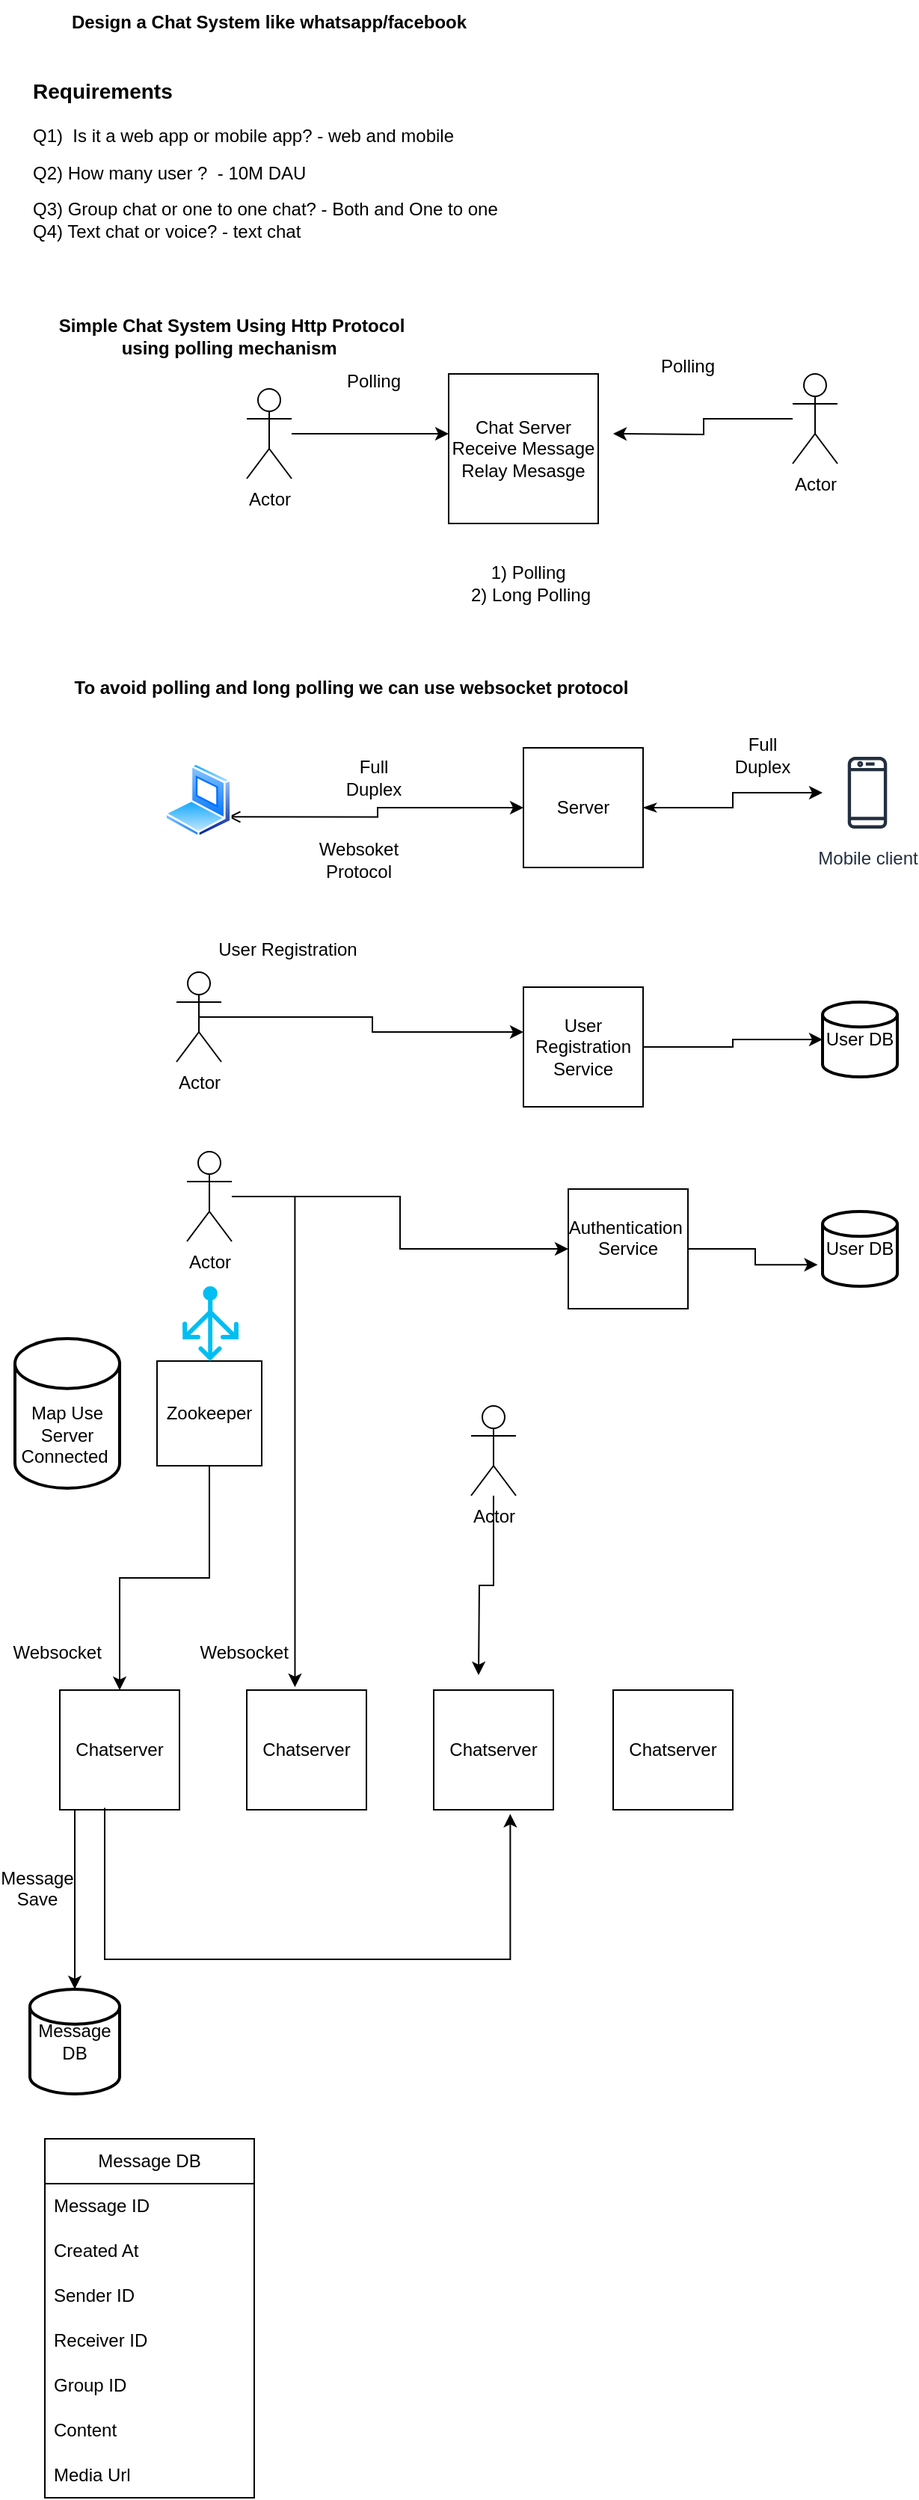
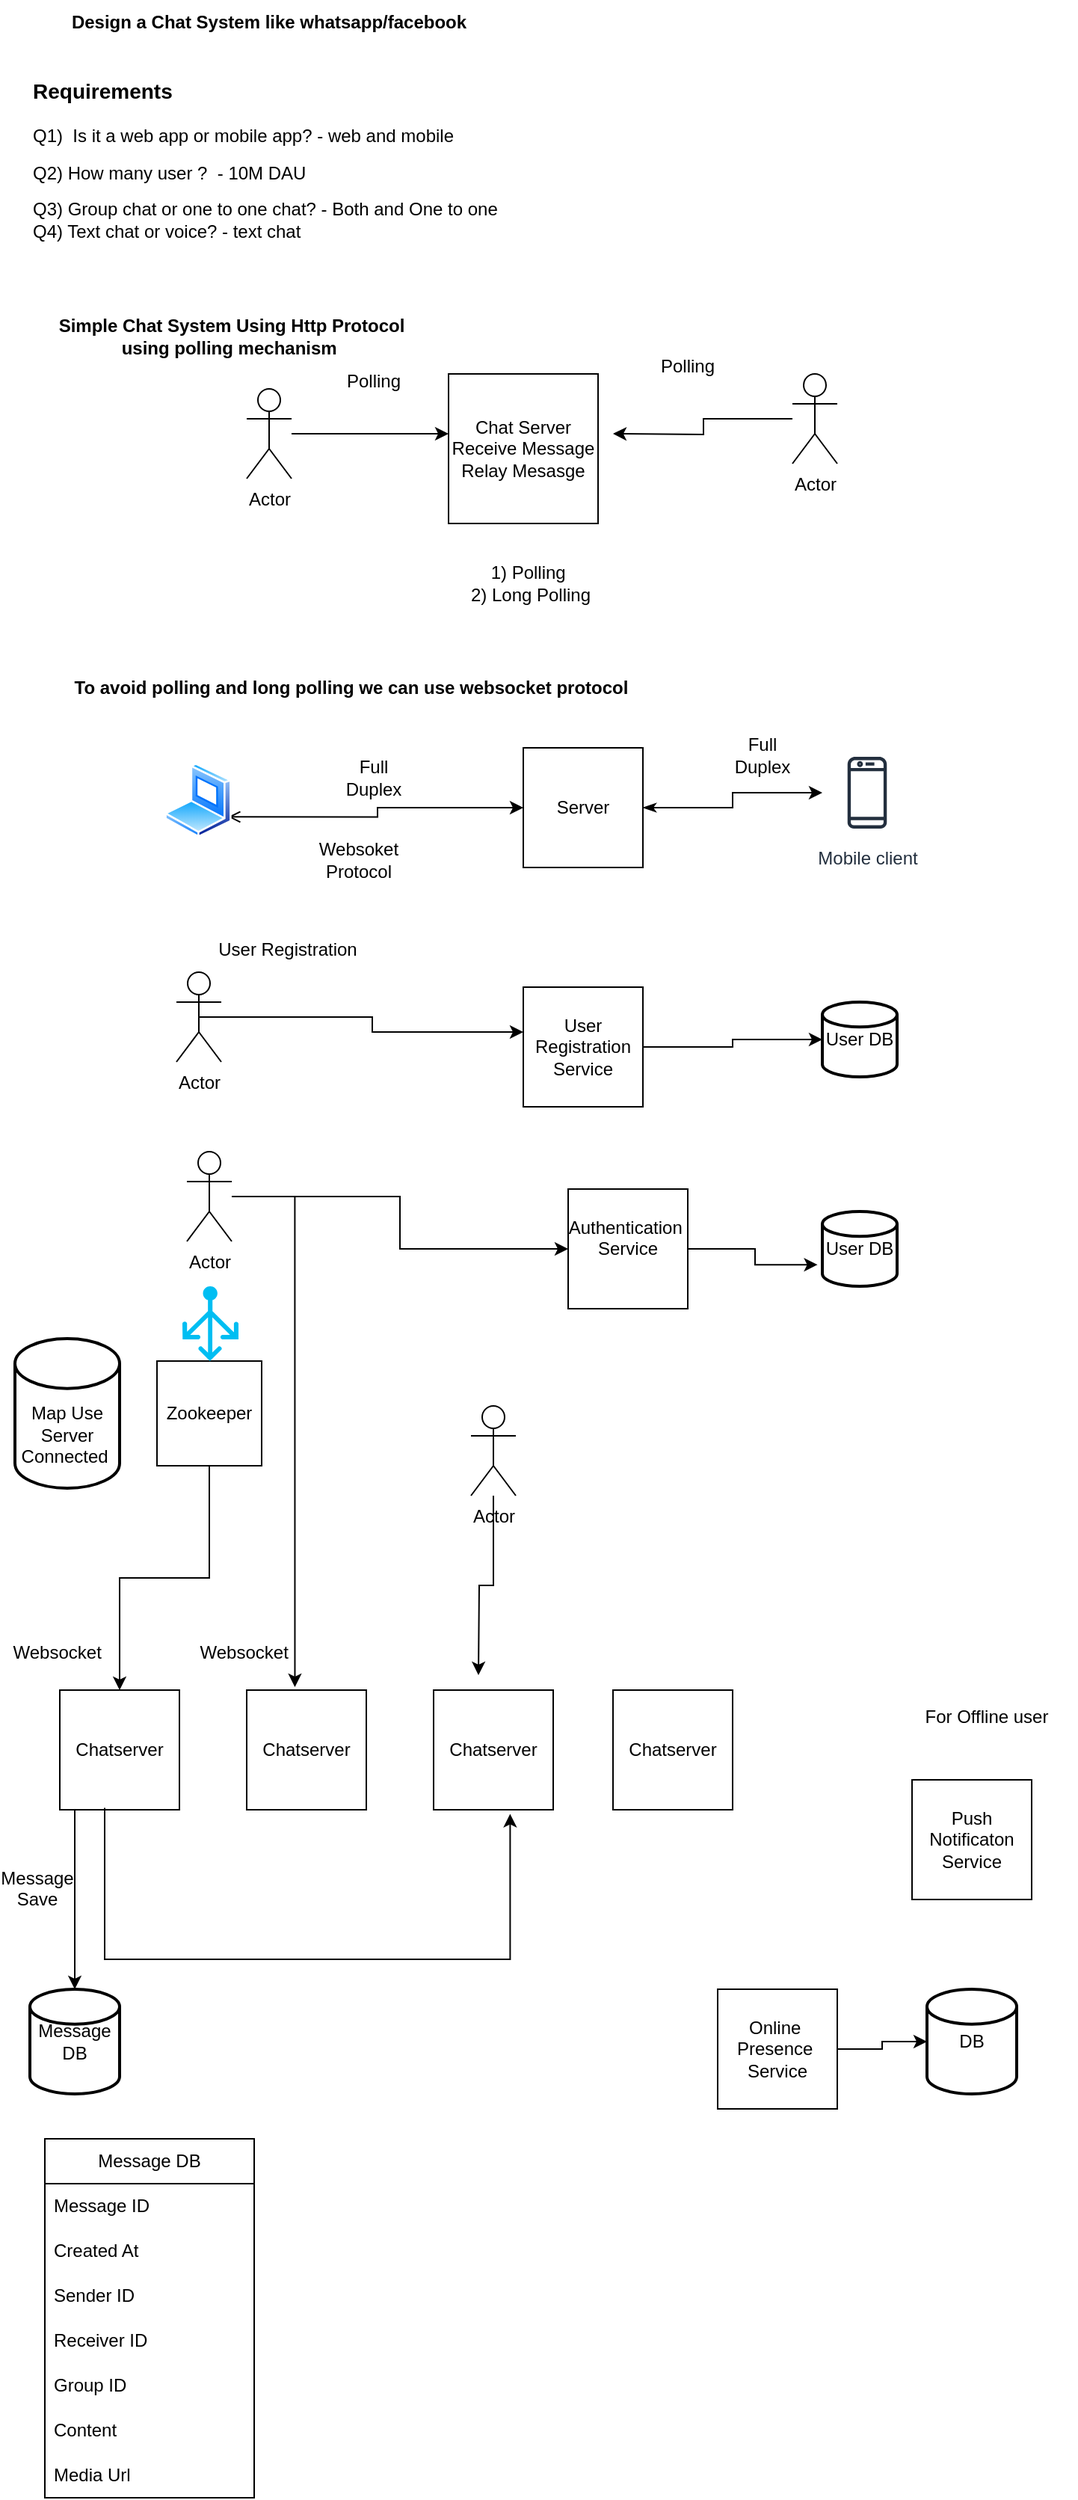
<mxfile host="app.diagrams.net">
  <diagram name="Page-1" id="3ATuJxxzuiHgp-YWyr6O">
    <mxGraphModel dx="1030" dy="569" grid="1" gridSize="10" guides="1" tooltips="1" connect="1" arrows="1" fold="1" page="1" pageScale="1" pageWidth="850" pageHeight="1100" math="0" shadow="0">
      <root>
        <mxCell id="0" />
        <mxCell id="1" parent="0" />
        <mxCell id="vDnc6QM3t7NdxVrkiEKP-1" parent="1" style="text;html=1;whiteSpace=wrap;overflow=hidden;rounded=0;fontSize=10;" value="&lt;h1 style=&quot;margin-top: 0px;&quot;&gt;&lt;font style=&quot;font-size: 14px;&quot;&gt;Requirements&lt;/font&gt;&lt;/h1&gt;&lt;p&gt;&lt;font style=&quot;font-size: 12px;&quot;&gt;Q1)&amp;nbsp; Is it a web app or mobile app?&amp;nbsp;&lt;/font&gt;&lt;span style=&quot;font-size: 12px; background-color: transparent; color: light-dark(rgb(0, 0, 0), rgb(255, 255, 255));&quot;&gt;- web and mobile&lt;/span&gt;&lt;/p&gt;&lt;p&gt;&lt;font style=&quot;font-size: 12px;&quot;&gt;Q2) How many user ?&amp;nbsp; - 10M DAU&lt;/font&gt;&lt;/p&gt;&lt;p&gt;&lt;font style=&quot;font-size: 12px;&quot;&gt;Q3) Group chat or one to one chat? - Both and One to one&lt;br&gt;Q4) Text chat or voice? - text chat&lt;/font&gt;&lt;/p&gt;" vertex="1">
          <mxGeometry height="140" width="380" x="60" y="70" as="geometry" />
        </mxCell>
        <mxCell id="vDnc6QM3t7NdxVrkiEKP-2" parent="1" style="text;html=1;whiteSpace=wrap;strokeColor=none;fillColor=none;align=center;verticalAlign=middle;rounded=0;fontStyle=1" value="Design a Chat System like whatsapp/facebook" vertex="1">
          <mxGeometry height="30" width="300" x="70" y="30" as="geometry" />
        </mxCell>
        <mxCell id="vDnc6QM3t7NdxVrkiEKP-3" parent="1" style="whiteSpace=wrap;html=1;aspect=fixed;" value="Chat Server&lt;br&gt;Receive Message&lt;br&gt;Relay Mesasge" vertex="1">
          <mxGeometry height="100" width="100" x="340" y="280" as="geometry" />
        </mxCell>
        <mxCell id="vDnc6QM3t7NdxVrkiEKP-5" edge="1" parent="1" source="vDnc6QM3t7NdxVrkiEKP-4" style="edgeStyle=orthogonalEdgeStyle;rounded=0;orthogonalLoop=1;jettySize=auto;html=1;">
          <mxGeometry relative="1" as="geometry">
            <mxPoint x="340" y="320" as="targetPoint" />
          </mxGeometry>
        </mxCell>
        <mxCell id="vDnc6QM3t7NdxVrkiEKP-4" parent="1" style="shape=umlActor;verticalLabelPosition=bottom;verticalAlign=top;html=1;outlineConnect=0;" value="Actor" vertex="1">
          <mxGeometry height="60" width="30" x="205" y="290" as="geometry" />
        </mxCell>
        <mxCell id="vDnc6QM3t7NdxVrkiEKP-7" edge="1" parent="1" source="vDnc6QM3t7NdxVrkiEKP-6" style="edgeStyle=orthogonalEdgeStyle;rounded=0;orthogonalLoop=1;jettySize=auto;html=1;">
          <mxGeometry relative="1" as="geometry">
            <mxPoint x="450" y="320" as="targetPoint" />
          </mxGeometry>
        </mxCell>
        <mxCell id="vDnc6QM3t7NdxVrkiEKP-6" parent="1" style="shape=umlActor;verticalLabelPosition=bottom;verticalAlign=top;html=1;outlineConnect=0;" value="Actor" vertex="1">
          <mxGeometry height="60" width="30" x="570" y="280" as="geometry" />
        </mxCell>
        <mxCell id="HQH3foOj0PnZHyx9Auc--1" parent="1" style="text;html=1;whiteSpace=wrap;strokeColor=none;fillColor=none;align=center;verticalAlign=middle;rounded=0;" value="Polling" vertex="1">
          <mxGeometry height="30" width="60" x="470" y="260" as="geometry" />
        </mxCell>
        <mxCell id="HQH3foOj0PnZHyx9Auc--2" parent="1" style="text;html=1;whiteSpace=wrap;strokeColor=none;fillColor=none;align=center;verticalAlign=middle;rounded=0;" value="Polling" vertex="1">
          <mxGeometry height="30" width="60" x="260" y="270" as="geometry" />
        </mxCell>
        <mxCell id="HQH3foOj0PnZHyx9Auc--3" parent="1" style="text;html=1;whiteSpace=wrap;strokeColor=none;fillColor=none;align=center;verticalAlign=middle;rounded=0;" value="1) Polling&amp;nbsp;&lt;br&gt;2) Long Polling" vertex="1">
          <mxGeometry height="40" width="110" x="340" y="400" as="geometry" />
        </mxCell>
        <mxCell id="HQH3foOj0PnZHyx9Auc--4" parent="1" style="text;html=1;whiteSpace=wrap;strokeColor=none;fillColor=none;align=center;verticalAlign=middle;rounded=0;fontStyle=1" value="Simple Chat System Using Http Protocol using polling mechanism&amp;nbsp;" vertex="1">
          <mxGeometry height="30" width="250" x="70" y="240" as="geometry" />
        </mxCell>
        <mxCell id="HQH3foOj0PnZHyx9Auc--5" parent="1" style="text;html=1;whiteSpace=wrap;strokeColor=none;fillColor=none;align=center;verticalAlign=middle;rounded=0;fontStyle=1" value="To avoid polling and long polling we can use websocket protocol" vertex="1">
          <mxGeometry height="20" width="390" x="80" y="480" as="geometry" />
        </mxCell>
        <mxCell id="HQH3foOj0PnZHyx9Auc--8" edge="1" parent="1" source="HQH3foOj0PnZHyx9Auc--6" style="edgeStyle=orthogonalEdgeStyle;rounded=0;orthogonalLoop=1;jettySize=auto;html=1;exitX=1;exitY=0.75;exitDx=0;exitDy=0;startArrow=open;startFill=0;" target="HQH3foOj0PnZHyx9Auc--7">
          <mxGeometry relative="1" as="geometry" />
        </mxCell>
        <mxCell id="HQH3foOj0PnZHyx9Auc--6" parent="1" style="image;aspect=fixed;perimeter=ellipsePerimeter;html=1;align=center;shadow=0;dashed=0;spacingTop=3;image=img/lib/active_directory/laptop_client.svg;" value="" vertex="1">
          <mxGeometry height="50" width="45" x="150" y="540" as="geometry" />
        </mxCell>
        <mxCell id="HQH3foOj0PnZHyx9Auc--11" edge="1" parent="1" source="HQH3foOj0PnZHyx9Auc--7" style="edgeStyle=orthogonalEdgeStyle;rounded=0;orthogonalLoop=1;jettySize=auto;html=1;startArrow=classicThin;startFill=1;" target="HQH3foOj0PnZHyx9Auc--10">
          <mxGeometry relative="1" as="geometry" />
        </mxCell>
        <mxCell id="HQH3foOj0PnZHyx9Auc--7" parent="1" style="whiteSpace=wrap;html=1;aspect=fixed;" value="Server" vertex="1">
          <mxGeometry height="80" width="80" x="390" y="530" as="geometry" />
        </mxCell>
        <mxCell id="HQH3foOj0PnZHyx9Auc--9" parent="1" style="text;html=1;whiteSpace=wrap;strokeColor=none;fillColor=none;align=center;verticalAlign=middle;rounded=0;" value="Full Duplex" vertex="1">
          <mxGeometry height="30" width="60" x="260" y="535" as="geometry" />
        </mxCell>
        <mxCell id="HQH3foOj0PnZHyx9Auc--10" parent="1" style="sketch=0;outlineConnect=0;fontColor=#232F3E;gradientColor=none;strokeColor=#232F3E;fillColor=#ffffff;dashed=0;verticalLabelPosition=bottom;verticalAlign=top;align=center;html=1;fontSize=12;fontStyle=0;aspect=fixed;shape=mxgraph.aws4.resourceIcon;resIcon=mxgraph.aws4.mobile_client;" value="Mobile client" vertex="1">
          <mxGeometry height="60" width="60" x="590" y="530" as="geometry" />
        </mxCell>
        <mxCell id="HQH3foOj0PnZHyx9Auc--12" parent="1" style="text;html=1;whiteSpace=wrap;strokeColor=none;fillColor=none;align=center;verticalAlign=middle;rounded=0;" value="Full Duplex" vertex="1">
          <mxGeometry height="30" width="60" x="520" y="520" as="geometry" />
        </mxCell>
        <mxCell id="HQH3foOj0PnZHyx9Auc--13" parent="1" style="text;html=1;whiteSpace=wrap;strokeColor=none;fillColor=none;align=center;verticalAlign=middle;rounded=0;" value="Websoket Protocol" vertex="1">
          <mxGeometry height="30" width="60" x="250" y="590" as="geometry" />
        </mxCell>
        <mxCell id="HQH3foOj0PnZHyx9Auc--14" parent="1" style="shape=umlActor;verticalLabelPosition=bottom;verticalAlign=top;html=1;outlineConnect=0;" value="Actor" vertex="1">
          <mxGeometry height="60" width="30" x="158" y="680" as="geometry" />
        </mxCell>
        <mxCell id="HQH3foOj0PnZHyx9Auc--19" edge="1" parent="1" source="HQH3foOj0PnZHyx9Auc--15" style="edgeStyle=orthogonalEdgeStyle;rounded=0;orthogonalLoop=1;jettySize=auto;html=1;exitX=1;exitY=0.5;exitDx=0;exitDy=0;" target="HQH3foOj0PnZHyx9Auc--16">
          <mxGeometry relative="1" as="geometry" />
        </mxCell>
        <mxCell id="HQH3foOj0PnZHyx9Auc--15" parent="1" style="whiteSpace=wrap;html=1;aspect=fixed;" value="User Registration&lt;br&gt;Service" vertex="1">
          <mxGeometry height="80" width="80" x="390" y="690" as="geometry" />
        </mxCell>
        <mxCell id="HQH3foOj0PnZHyx9Auc--16" parent="1" style="strokeWidth=2;html=1;shape=mxgraph.flowchart.database;whiteSpace=wrap;" value="User DB" vertex="1">
          <mxGeometry height="50" width="50" x="590" y="700" as="geometry" />
        </mxCell>
        <mxCell id="HQH3foOj0PnZHyx9Auc--18" edge="1" parent="1" source="HQH3foOj0PnZHyx9Auc--14" style="edgeStyle=orthogonalEdgeStyle;rounded=0;orthogonalLoop=1;jettySize=auto;html=1;exitX=0.5;exitY=0.5;exitDx=0;exitDy=0;exitPerimeter=0;entryX=0;entryY=0.375;entryDx=0;entryDy=0;entryPerimeter=0;" target="HQH3foOj0PnZHyx9Auc--15">
          <mxGeometry relative="1" as="geometry" />
        </mxCell>
        <mxCell id="HQH3foOj0PnZHyx9Auc--20" parent="1" style="text;html=1;whiteSpace=wrap;strokeColor=none;fillColor=none;align=center;verticalAlign=middle;rounded=0;" value="User Registration" vertex="1">
          <mxGeometry height="30" width="135" x="165" y="650" as="geometry" />
        </mxCell>
        <mxCell id="HQH3foOj0PnZHyx9Auc--25" edge="1" parent="1" source="HQH3foOj0PnZHyx9Auc--21" style="edgeStyle=orthogonalEdgeStyle;rounded=0;orthogonalLoop=1;jettySize=auto;html=1;entryX=0;entryY=0.5;entryDx=0;entryDy=0;" target="HQH3foOj0PnZHyx9Auc--22">
          <mxGeometry relative="1" as="geometry">
            <mxPoint x="380" y="870" as="targetPoint" />
          </mxGeometry>
        </mxCell>
        <mxCell id="HQH3foOj0PnZHyx9Auc--21" parent="1" style="shape=umlActor;verticalLabelPosition=bottom;verticalAlign=top;html=1;outlineConnect=0;" value="Actor" vertex="1">
          <mxGeometry height="60" width="30" x="165" y="800" as="geometry" />
        </mxCell>
        <mxCell id="HQH3foOj0PnZHyx9Auc--22" parent="1" style="whiteSpace=wrap;html=1;aspect=fixed;" value="Authentication&amp;nbsp;&lt;br&gt;Service&lt;div&gt;&lt;br&gt;&lt;/div&gt;" vertex="1">
          <mxGeometry height="80" width="80" x="420" y="825" as="geometry" />
        </mxCell>
        <mxCell id="HQH3foOj0PnZHyx9Auc--23" parent="1" style="strokeWidth=2;html=1;shape=mxgraph.flowchart.database;whiteSpace=wrap;" value="User DB" vertex="1">
          <mxGeometry height="50" width="50" x="590" y="840" as="geometry" />
        </mxCell>
        <mxCell id="HQH3foOj0PnZHyx9Auc--33" edge="1" parent="1" source="HQH3foOj0PnZHyx9Auc--26" style="edgeStyle=orthogonalEdgeStyle;rounded=0;orthogonalLoop=1;jettySize=auto;html=1;" target="HQH3foOj0PnZHyx9Auc--29">
          <mxGeometry relative="1" as="geometry" />
        </mxCell>
        <mxCell id="HQH3foOj0PnZHyx9Auc--26" parent="1" style="whiteSpace=wrap;html=1;aspect=fixed;" value="Zookeeper" vertex="1">
          <mxGeometry height="70" width="70" x="145" y="940" as="geometry" />
        </mxCell>
        <mxCell id="HQH3foOj0PnZHyx9Auc--44" edge="1" parent="1" source="HQH3foOj0PnZHyx9Auc--29" style="edgeStyle=orthogonalEdgeStyle;rounded=0;orthogonalLoop=1;jettySize=auto;html=1;exitX=0.125;exitY=1.005;exitDx=0;exitDy=0;exitPerimeter=0;" target="HQH3foOj0PnZHyx9Auc--43">
          <mxGeometry relative="1" as="geometry" />
        </mxCell>
        <mxCell id="HQH3foOj0PnZHyx9Auc--29" parent="1" style="whiteSpace=wrap;html=1;aspect=fixed;" value="Chatserver" vertex="1">
          <mxGeometry height="80" width="80" x="80" y="1160" as="geometry" />
        </mxCell>
        <mxCell id="HQH3foOj0PnZHyx9Auc--30" parent="1" style="whiteSpace=wrap;html=1;aspect=fixed;" value="Chatserver" vertex="1">
          <mxGeometry height="80" width="80" x="205" y="1160" as="geometry" />
        </mxCell>
        <mxCell id="HQH3foOj0PnZHyx9Auc--31" parent="1" style="whiteSpace=wrap;html=1;aspect=fixed;" value="Chatserver" vertex="1">
          <mxGeometry height="80" width="80" x="330" y="1160" as="geometry" />
        </mxCell>
        <mxCell id="HQH3foOj0PnZHyx9Auc--32" parent="1" style="whiteSpace=wrap;html=1;aspect=fixed;" value="Chatserver" vertex="1">
          <mxGeometry height="80" width="80" x="450" y="1160" as="geometry" />
        </mxCell>
        <mxCell id="HQH3foOj0PnZHyx9Auc--34" edge="1" parent="1" source="HQH3foOj0PnZHyx9Auc--22" style="edgeStyle=orthogonalEdgeStyle;rounded=0;orthogonalLoop=1;jettySize=auto;html=1;entryX=-0.064;entryY=0.712;entryDx=0;entryDy=0;entryPerimeter=0;" target="HQH3foOj0PnZHyx9Auc--23">
          <mxGeometry relative="1" as="geometry" />
        </mxCell>
        <mxCell id="HQH3foOj0PnZHyx9Auc--35" edge="1" parent="1" source="HQH3foOj0PnZHyx9Auc--21" style="edgeStyle=orthogonalEdgeStyle;rounded=0;orthogonalLoop=1;jettySize=auto;html=1;entryX=0.403;entryY=-0.025;entryDx=0;entryDy=0;entryPerimeter=0;" target="HQH3foOj0PnZHyx9Auc--30">
          <mxGeometry relative="1" as="geometry" />
        </mxCell>
        <mxCell id="HQH3foOj0PnZHyx9Auc--36" parent="1" style="verticalLabelPosition=bottom;html=1;verticalAlign=top;align=center;strokeColor=none;fillColor=#00BEF2;shape=mxgraph.azure.load_balancer_generic;pointerEvents=1;" value="" vertex="1">
          <mxGeometry height="50" width="37.5" x="162" y="890" as="geometry" />
        </mxCell>
        <mxCell id="HQH3foOj0PnZHyx9Auc--37" parent="1" style="text;html=1;whiteSpace=wrap;strokeColor=none;fillColor=none;align=center;verticalAlign=middle;rounded=0;" value="Websocket&amp;nbsp;" vertex="1">
          <mxGeometry height="30" width="60" x="50" y="1120" as="geometry" />
        </mxCell>
        <mxCell id="HQH3foOj0PnZHyx9Auc--38" parent="1" style="text;html=1;whiteSpace=wrap;strokeColor=none;fillColor=none;align=center;verticalAlign=middle;rounded=0;" value="Websocket&amp;nbsp;" vertex="1">
          <mxGeometry height="30" width="60" x="175" y="1120" as="geometry" />
        </mxCell>
        <mxCell id="HQH3foOj0PnZHyx9Auc--40" edge="1" parent="1" source="HQH3foOj0PnZHyx9Auc--39" style="edgeStyle=orthogonalEdgeStyle;rounded=0;orthogonalLoop=1;jettySize=auto;html=1;">
          <mxGeometry relative="1" as="geometry">
            <mxPoint x="360" y="1150" as="targetPoint" />
          </mxGeometry>
        </mxCell>
        <mxCell id="HQH3foOj0PnZHyx9Auc--39" parent="1" style="shape=umlActor;verticalLabelPosition=bottom;verticalAlign=top;html=1;outlineConnect=0;" value="Actor" vertex="1">
          <mxGeometry height="60" width="30" x="355" y="970" as="geometry" />
        </mxCell>
        <mxCell id="HQH3foOj0PnZHyx9Auc--41" edge="1" parent="1" source="HQH3foOj0PnZHyx9Auc--29" style="edgeStyle=orthogonalEdgeStyle;rounded=0;orthogonalLoop=1;jettySize=auto;html=1;entryX=0.64;entryY=1.035;entryDx=0;entryDy=0;entryPerimeter=0;exitX=0.375;exitY=0.985;exitDx=0;exitDy=0;exitPerimeter=0;" target="HQH3foOj0PnZHyx9Auc--31">
          <mxGeometry relative="1" as="geometry">
            <Array as="points">
              <mxPoint x="110" y="1340" />
              <mxPoint x="381" y="1340" />
            </Array>
          </mxGeometry>
        </mxCell>
        <mxCell id="HQH3foOj0PnZHyx9Auc--42" parent="1" style="strokeWidth=2;html=1;shape=mxgraph.flowchart.database;whiteSpace=wrap;" value="&lt;div&gt;&lt;br&gt;&lt;/div&gt;&lt;div&gt;&lt;br&gt;&lt;/div&gt;Map Use Server Connected&amp;nbsp;" vertex="1">
          <mxGeometry height="100" width="70" x="50" y="925" as="geometry" />
        </mxCell>
        <mxCell id="HQH3foOj0PnZHyx9Auc--43" parent="1" style="strokeWidth=2;html=1;shape=mxgraph.flowchart.database;whiteSpace=wrap;" value="Message DB" vertex="1">
          <mxGeometry height="70" width="60" x="60" y="1360" as="geometry" />
        </mxCell>
        <mxCell id="HQH3foOj0PnZHyx9Auc--45" parent="1" style="text;html=1;whiteSpace=wrap;strokeColor=none;fillColor=none;align=center;verticalAlign=middle;rounded=0;" value="Message&lt;br&gt;Save&lt;div&gt;&lt;br&gt;&lt;/div&gt;" vertex="1">
          <mxGeometry height="40" width="50" x="40" y="1280" as="geometry" />
        </mxCell>
        <mxCell id="HQH3foOj0PnZHyx9Auc--46" parent="1" style="swimlane;fontStyle=0;childLayout=stackLayout;horizontal=1;startSize=30;horizontalStack=0;resizeParent=1;resizeParentMax=0;resizeLast=0;collapsible=1;marginBottom=0;whiteSpace=wrap;html=1;" value="Message DB" vertex="1">
          <mxGeometry height="240" width="140" x="70" y="1460" as="geometry" />
        </mxCell>
        <mxCell id="HQH3foOj0PnZHyx9Auc--47" parent="HQH3foOj0PnZHyx9Auc--46" style="text;strokeColor=none;fillColor=none;align=left;verticalAlign=middle;spacingLeft=4;spacingRight=4;overflow=hidden;points=[[0,0.5],[1,0.5]];portConstraint=eastwest;rotatable=0;whiteSpace=wrap;html=1;" value="Message ID" vertex="1">
          <mxGeometry height="30" width="140" y="30" as="geometry" />
        </mxCell>
        <mxCell id="HQH3foOj0PnZHyx9Auc--48" parent="HQH3foOj0PnZHyx9Auc--46" style="text;strokeColor=none;fillColor=none;align=left;verticalAlign=middle;spacingLeft=4;spacingRight=4;overflow=hidden;points=[[0,0.5],[1,0.5]];portConstraint=eastwest;rotatable=0;whiteSpace=wrap;html=1;" value="Created At" vertex="1">
          <mxGeometry height="30" width="140" y="60" as="geometry" />
        </mxCell>
        <mxCell id="HQH3foOj0PnZHyx9Auc--49" parent="HQH3foOj0PnZHyx9Auc--46" style="text;strokeColor=none;fillColor=none;align=left;verticalAlign=middle;spacingLeft=4;spacingRight=4;overflow=hidden;points=[[0,0.5],[1,0.5]];portConstraint=eastwest;rotatable=0;whiteSpace=wrap;html=1;" value="Sender ID" vertex="1">
          <mxGeometry height="30" width="140" y="90" as="geometry" />
        </mxCell>
        <mxCell id="HQH3foOj0PnZHyx9Auc--50" parent="HQH3foOj0PnZHyx9Auc--46" style="text;strokeColor=none;fillColor=none;align=left;verticalAlign=middle;spacingLeft=4;spacingRight=4;overflow=hidden;points=[[0,0.5],[1,0.5]];portConstraint=eastwest;rotatable=0;whiteSpace=wrap;html=1;" value="Receiver ID" vertex="1">
          <mxGeometry height="30" width="140" y="120" as="geometry" />
        </mxCell>
        <mxCell id="HQH3foOj0PnZHyx9Auc--58" parent="HQH3foOj0PnZHyx9Auc--46" style="text;strokeColor=none;fillColor=none;align=left;verticalAlign=middle;spacingLeft=4;spacingRight=4;overflow=hidden;points=[[0,0.5],[1,0.5]];portConstraint=eastwest;rotatable=0;whiteSpace=wrap;html=1;" value="Group ID" vertex="1">
          <mxGeometry height="30" width="140" y="150" as="geometry" />
        </mxCell>
        <mxCell id="HQH3foOj0PnZHyx9Auc--51" parent="HQH3foOj0PnZHyx9Auc--46" style="text;strokeColor=none;fillColor=none;align=left;verticalAlign=middle;spacingLeft=4;spacingRight=4;overflow=hidden;points=[[0,0.5],[1,0.5]];portConstraint=eastwest;rotatable=0;whiteSpace=wrap;html=1;" value="Content&amp;nbsp;" vertex="1">
          <mxGeometry height="30" width="140" y="180" as="geometry" />
        </mxCell>
        <mxCell id="HQH3foOj0PnZHyx9Auc--59" parent="HQH3foOj0PnZHyx9Auc--46" style="text;strokeColor=none;fillColor=none;align=left;verticalAlign=middle;spacingLeft=4;spacingRight=4;overflow=hidden;points=[[0,0.5],[1,0.5]];portConstraint=eastwest;rotatable=0;whiteSpace=wrap;html=1;" value="Media Url" vertex="1">
          <mxGeometry height="30" width="140" y="210" as="geometry" />
        </mxCell>
+         <mxCell id="HQH3foOj0PnZHyx9Auc--60" parent="1" style="whiteSpace=wrap;html=1;aspect=fixed;" value="Online&amp;nbsp;&lt;br&gt;Presence&amp;nbsp;&lt;br&gt;Service" vertex="1">
+           <mxGeometry height="80" width="80" x="520" y="1360" as="geometry" />
+         </mxCell>
+         <mxCell id="HQH3foOj0PnZHyx9Auc--61" parent="1" style="strokeWidth=2;html=1;shape=mxgraph.flowchart.database;whiteSpace=wrap;" value="DB" vertex="1">
+           <mxGeometry height="70" width="60" x="660" y="1360" as="geometry" />
+         </mxCell>
+         <mxCell id="HQH3foOj0PnZHyx9Auc--62" edge="1" parent="1" source="HQH3foOj0PnZHyx9Auc--60" style="edgeStyle=orthogonalEdgeStyle;rounded=0;orthogonalLoop=1;jettySize=auto;html=1;entryX=0;entryY=0.5;entryDx=0;entryDy=0;entryPerimeter=0;" target="HQH3foOj0PnZHyx9Auc--61">
+           <mxGeometry relative="1" as="geometry" />
+         </mxCell>
+         <mxCell id="HQH3foOj0PnZHyx9Auc--63" parent="1" style="whiteSpace=wrap;html=1;aspect=fixed;" value="Push Notificaton Service" vertex="1">
+           <mxGeometry height="80" width="80" x="650" y="1220" as="geometry" />
+         </mxCell>
+         <mxCell id="HQH3foOj0PnZHyx9Auc--64" parent="1" style="text;html=1;whiteSpace=wrap;strokeColor=none;fillColor=none;align=center;verticalAlign=middle;rounded=0;" value="For Offline user&lt;div&gt;&lt;br&gt;&lt;/div&gt;" vertex="1">
+           <mxGeometry height="30" width="120" x="640" y="1170" as="geometry" />
+         </mxCell>
      </root>
    </mxGraphModel>
  </diagram>
</mxfile>
